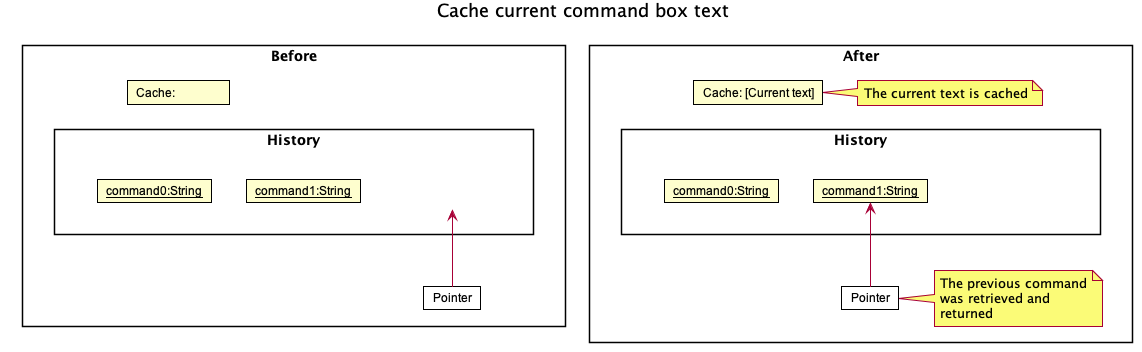
ypinhsuan/tp keeps this PlantUML diagram as docs/images/CommandRecallStoresCache.png. Above is the earlier version. The source it was exported from:
```plantuml
@startuml









skinparam BackgroundColor #FFFFFFF

skinparam Shadowing false

skinparam Class {
    FontColor #FFFFFF
    BorderThickness 1
    BorderColor #FFFFFF
    StereotypeFontColor #FFFFFF
    FontName Arial
}

skinparam Actor {
    BorderColor #000000
    Color #000000
    FontName Arial
}

skinparam Sequence {
    MessageAlign center
    BoxFontSize 15
    BoxPadding 0
    BoxFontColor #FFFFFF
    FontName Arial
}

skinparam Participant {
    FontColor #FFFFFFF
    Padding 20
}

skinparam MinClassWidth 50
skinparam ParticipantPadding 10
skinparam Shadowing false
skinparam DefaultTextAlignment center
skinparam packageStyle Rectangle

hide footbox
hide members
hide circle
skinparam ClassFontColor #000000
skinparam ClassBorderColor #000000
skinparam ClassFontColor<<Transparent>> #FFFFFF
skinparam ClassBorderColor<<Transparent>> #FFFFFF
skinparam ClassBackgroundColor<<Transparent>> #FFFFFF

title Cache current command box text

package "Before" {
    class Hidden1
    class Cache1 as "  Cache:                 "
    package "History" as BEFORE <<Rectangle>>{
        class State1 as "  __command0:String__  "
        class State2 as "  __command1:String__  "
        class State3 as "  __command2:String__  " <<Transparent>>
    }
    class Pointer as "  Pointer  " #FFFFFF
}

package "After" <<Rectangle>>{
    note "The current text is cached" as N1
    note "The previous command\nwas retrieved and\nreturned" as N2
    class Hidden2
    class Cache2 as "  Cache: [Current text]  "
    package "History" as AFTER <<Rectangle>>{
        class State4 as "  __command0:String__  "
        class State5 as "  __command1:String__  "
        class State6 as "  __command2:String__  " <<Transparent>>
    }
    class Pointer2 as "  Pointer  " #FFFFFF
}

State1 -[hidden]right-> State2
State2 -[hidden]right-> State3
State4 -[hidden]right-> State5
State5 -[hidden]right-> State6
Hidden1 -[hidden]down- BEFORE
Hidden2 -[hidden]down- AFTER
Hidden1 -[hidden]right-> Cache1
Hidden2 -[hidden]right-> Cache2
hide Hidden1
hide Hidden2

N1 -left- Cache2
N2 -left- Pointer2

Pointer -up-> State3
Pointer2 -up-> State5

@enduml
```
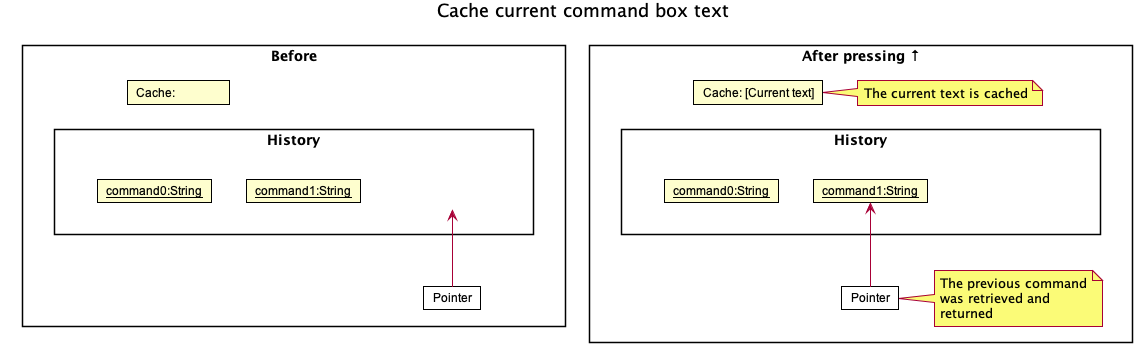
Above is the later version.

What changed in the source:
```diff
@@ -67,7 +67,7 @@
     class Pointer as "  Pointer  " #FFFFFF
 }
 
-package "After" <<Rectangle>>{
+package "After pressing ↑" <<Rectangle>>{
     note "The current text is cached" as N1
     note "The previous command\nwas retrieved and\nreturned" as N2
     class Hidden2
```
